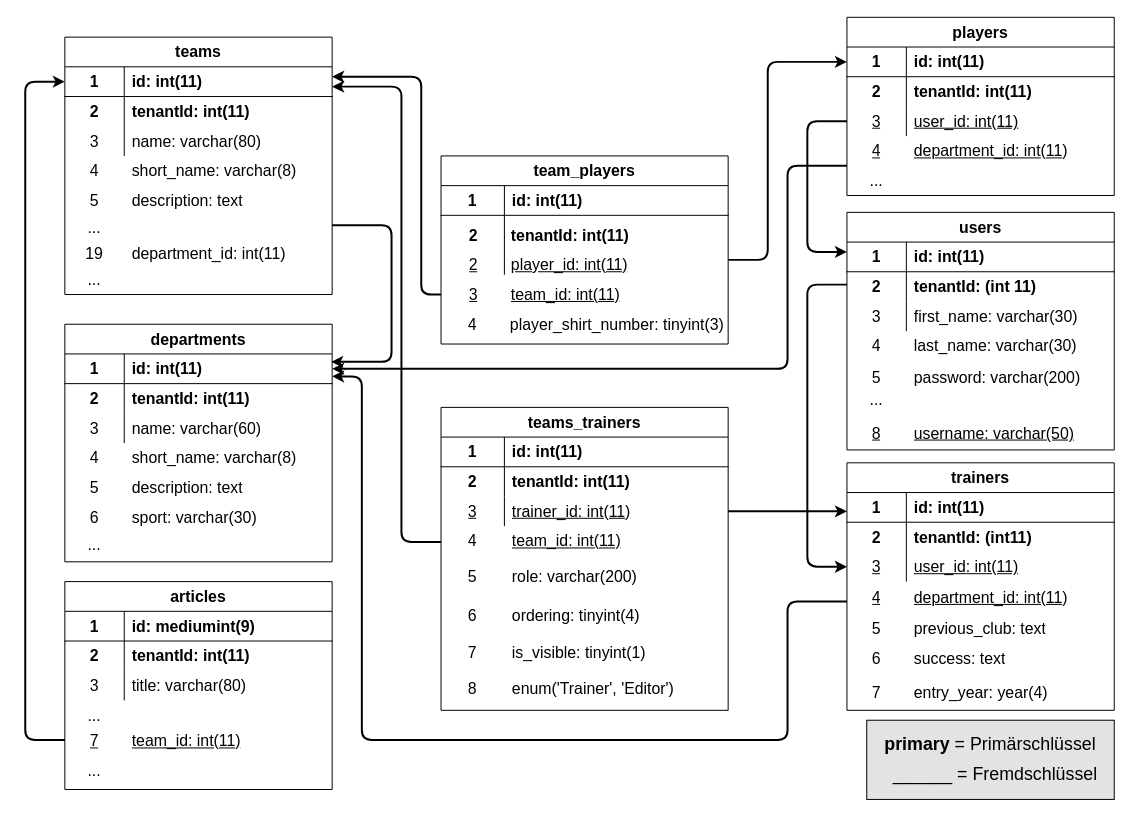
Earlier version of the draw.io diagram page "DB-Modell_Multi-Tenant" (5 of 6) of diagrams/Ba-Thesis Diagrams.drawio (mkoenig96/mk-bachelor-thesis). Source tidied: cells renumbered, new cells numbered last; positions are measured from the earlier drawing's top-left corner, leaving out a move shared by most shapes. Both pictures are drawn from the tidied source at 99%, with x=0, y=0 at pixel (25, 17).
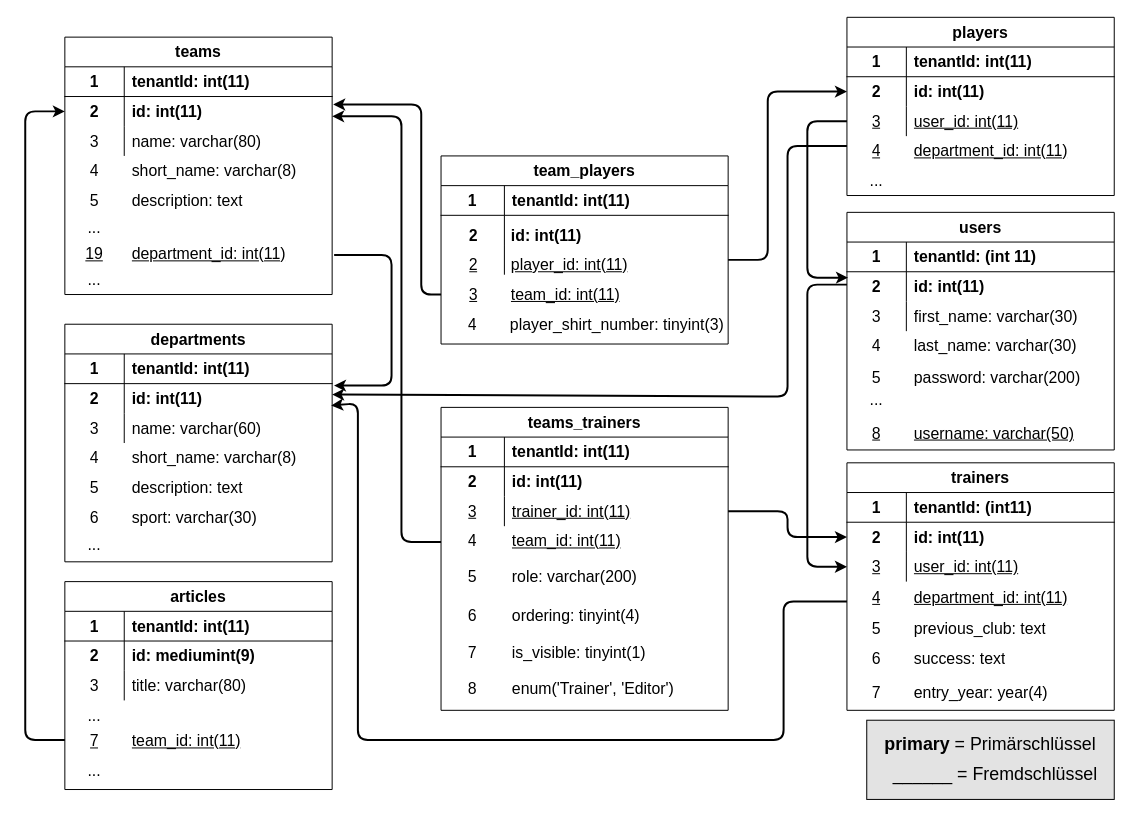
Above is the later version.

Unchanged cells that the change refers to:
```xml
<mxCell id="5" style="shape=partialRectangle;html=1;whiteSpace=wrap;fillColor=none;top=0;left=0;bottom=1;right=0;" parent="4" vertex="1">
  <mxGeometry y="30" width="290" height="30" as="geometry" />
</mxCell>
<mxCell id="8" style="shape=partialRectangle;html=1;whiteSpace=wrap;fillColor=none;top=0;left=0;bottom=0;right=0;" parent="4" vertex="1">
  <mxGeometry y="60" width="290" height="30" as="geometry" />
</mxCell>
<mxCell id="11" style="shape=partialRectangle;html=1;whiteSpace=wrap;fillColor=none;top=0;left=0;bottom=0;right=0;points=[[0,0.5],[1,0.5]];portConstraint=eastwest;" parent="4" vertex="1">
  <mxGeometry y="90" width="290" height="30" as="geometry" />
</mxCell>
<mxCell id="26" style="shape=partialRectangle;html=1;whiteSpace=wrap;fillColor=none;top=0;left=0;bottom=1;right=0;" parent="25" vertex="1">
  <mxGeometry y="30" width="270" height="30" as="geometry" />
</mxCell>
<mxCell id="29" style="shape=partialRectangle;html=1;whiteSpace=wrap;fillColor=none;top=0;left=0;bottom=0;right=0;points=[[0,0.5],[1,0.5]];portConstraint=eastwest;" parent="25" vertex="1">
  <mxGeometry y="60" width="270" height="30" as="geometry" />
</mxCell>
<mxCell id="46" style="shape=partialRectangle;html=1;whiteSpace=wrap;fillColor=none;top=0;left=0;bottom=1;right=0;points=[[0,0.5],[1,0.5]];portConstraint=eastwest;" parent="45" vertex="1">
  <mxGeometry y="30" width="270" height="30" as="geometry" />
</mxCell>
<mxCell id="49" style="shape=partialRectangle;html=1;whiteSpace=wrap;fillColor=none;top=0;left=0;bottom=0;right=0;points=[[0,0.5],[1,0.5]];portConstraint=eastwest;" parent="45" vertex="1">
  <mxGeometry y="60" width="270" height="30" as="geometry" />
</mxCell>
<mxCell id="64" style="shape=partialRectangle;html=1;whiteSpace=wrap;fillColor=none;top=0;left=0;bottom=1;right=0;points=[[0,0.5],[1,0.5]];portConstraint=eastwest;" parent="63" vertex="1">
  <mxGeometry y="30" width="270" height="30" as="geometry" />
</mxCell>
<mxCell id="67" style="shape=partialRectangle;html=1;whiteSpace=wrap;fillColor=none;top=0;left=0;bottom=0;right=0;points=[[0,0.5],[1,0.5]];portConstraint=eastwest;" parent="63" vertex="1">
  <mxGeometry y="60" width="270" height="30" as="geometry" />
</mxCell>
<mxCell id="70" style="shape=partialRectangle;html=1;whiteSpace=wrap;fillColor=none;top=0;left=0;bottom=0;right=0;points=[[0,0.5],[1,0.5]];portConstraint=eastwest;" parent="63" vertex="1">
  <mxGeometry y="90" width="270" height="30" as="geometry" />
</mxCell>
<mxCell id="90" style="group;" parent="1" vertex="1">
  <mxGeometry x="420" y="140" width="293" height="200" as="geometry" />
</mxCell>
<mxCell id="92" style="shape=partialRectangle;html=1;whiteSpace=wrap;fillColor=none;top=0;left=0;bottom=1;right=0;" parent="91" vertex="1">
  <mxGeometry y="30" width="290" height="30" as="geometry" />
</mxCell>
<mxCell id="98" style="shape=partialRectangle;html=1;whiteSpace=wrap;fillColor=none;top=0;left=0;bottom=0;right=0;points=[[0,0.5],[1,0.5]];portConstraint=eastwest;" parent="91" vertex="1">
  <mxGeometry y="90" width="290" height="30" as="geometry" />
</mxCell>
<mxCell id="110" style="shape=partialRectangle;html=1;whiteSpace=wrap;fillColor=none;top=0;left=0;bottom=1;right=0;points=[[0,0.5],[1,0.5]];portConstraint=eastwest;" parent="109" vertex="1">
  <mxGeometry y="30" width="270" height="30" as="geometry" />
</mxCell>
<mxCell id="113" style="shape=partialRectangle;html=1;whiteSpace=wrap;fillColor=none;top=0;left=0;bottom=0;right=0;points=[[0,0.5],[1,0.5]];portConstraint=eastwest;" parent="109" vertex="1">
  <mxGeometry y="60" width="270" height="30" as="geometry" />
</mxCell>
<mxCell id="129" style="shape=partialRectangle;html=1;whiteSpace=wrap;fillColor=none;top=0;left=0;bottom=1;right=0;points=[[0,0.5],[1,0.5]];portConstraint=eastwest;" parent="128" vertex="1">
  <mxGeometry y="30" width="270" height="30" as="geometry" />
</mxCell>
<mxCell id="132" style="shape=partialRectangle;html=1;whiteSpace=wrap;fillColor=none;top=0;left=0;bottom=0;right=0;" parent="128" vertex="1">
  <mxGeometry y="60" width="270" height="30" as="geometry" />
</mxCell>
<mxCell id="146" style="shape=partialRectangle;html=1;whiteSpace=wrap;fillColor=none;top=0;left=0;bottom=1;right=0;" parent="145" vertex="1">
  <mxGeometry y="30" width="270" height="30" as="geometry" />
</mxCell>
<mxCell id="149" style="shape=partialRectangle;html=1;whiteSpace=wrap;fillColor=none;top=0;left=0;bottom=0;right=0;" parent="145" vertex="1">
  <mxGeometry y="60" width="270" height="30" as="geometry" />
</mxCell>
```

Diff of the diagram source:
```diff
@@
-    <mxCell id="7" value="&lt;b&gt;id: int(11)&lt;/b&gt;" style="shape=partialRectangle;html=1;whiteSpace=wrap;fillColor=none;top=0;left=0;bottom=0;right=0;align=left;spacingLeft=6;overflow=hidden;fontSize=16;" parent="5" vertex="1">
+    <mxCell id="7" value="&lt;b&gt;tenantId: int(11)&lt;/b&gt;" style="shape=partialRectangle;html=1;whiteSpace=wrap;fillColor=none;top=0;left=0;bottom=0;right=0;align=left;spacingLeft=6;overflow=hidden;fontSize=16;" parent="5" vertex="1">
       <mxGeometry x="64" width="226" height="30" as="geometry" />
     </mxCell>
@@
-    <mxCell id="10" value="&lt;b&gt;tenantId: int(11)&lt;/b&gt;" style="shape=partialRectangle;html=1;whiteSpace=wrap;fillColor=none;top=0;left=0;bottom=0;right=0;align=left;spacingLeft=6;overflow=hidden;fontSize=16;" parent="8" vertex="1">
+    <mxCell id="10" value="&lt;span style=&quot;font-weight: 700&quot;&gt;id: int(11)&lt;/span&gt;" style="shape=partialRectangle;html=1;whiteSpace=wrap;fillColor=none;top=0;left=0;bottom=0;right=0;align=left;spacingLeft=6;overflow=hidden;fontSize=16;" parent="8" vertex="1">
       <mxGeometry x="64" width="226" height="30" as="geometry" />
     </mxCell>
@@
-    <mxCell id="28" value="&lt;b&gt;id: int(11)&lt;/b&gt;" style="shape=partialRectangle;html=1;whiteSpace=wrap;fillColor=none;top=0;left=0;bottom=0;right=0;align=left;spacingLeft=6;overflow=hidden;fontSize=16;" parent="26" vertex="1">
+    <mxCell id="28" value="&lt;b&gt;tenantId: (int11)&lt;/b&gt;" style="shape=partialRectangle;html=1;whiteSpace=wrap;fillColor=none;top=0;left=0;bottom=0;right=0;align=left;spacingLeft=6;overflow=hidden;fontSize=16;" parent="26" vertex="1">
       <mxGeometry x="60" width="210" height="30" as="geometry" />
     </mxCell>
@@
-    <mxCell id="31" value="&lt;b&gt;tenantId: (int11)&lt;/b&gt;" style="shape=partialRectangle;html=1;whiteSpace=wrap;fillColor=none;top=0;left=0;bottom=0;right=0;align=left;spacingLeft=6;overflow=hidden;fontSize=16;" parent="29" vertex="1">
+    <mxCell id="31" value="&lt;span style=&quot;font-weight: 700&quot;&gt;id: int(11)&lt;/span&gt;" style="shape=partialRectangle;html=1;whiteSpace=wrap;fillColor=none;top=0;left=0;bottom=0;right=0;align=left;spacingLeft=6;overflow=hidden;fontSize=16;" parent="29" vertex="1">
       <mxGeometry x="60" width="210" height="30" as="geometry" />
     </mxCell>
@@
-    <mxCell id="48" value="&lt;b&gt;id: int(11)&lt;/b&gt;" style="shape=partialRectangle;html=1;whiteSpace=wrap;fillColor=none;top=0;left=0;bottom=0;right=0;align=left;spacingLeft=6;overflow=hidden;fontSize=16;" parent="46" vertex="1">
+    <mxCell id="48" value="&lt;b&gt;tenantId: (int 11)&lt;/b&gt;" style="shape=partialRectangle;html=1;whiteSpace=wrap;fillColor=none;top=0;left=0;bottom=0;right=0;align=left;spacingLeft=6;overflow=hidden;fontSize=16;" parent="46" vertex="1">
       <mxGeometry x="60" width="210" height="30" as="geometry" />
     </mxCell>
@@
-    <mxCell id="51" value="&lt;b&gt;tenantId: (int 11)&lt;/b&gt;" style="shape=partialRectangle;html=1;whiteSpace=wrap;fillColor=none;top=0;left=0;bottom=0;right=0;align=left;spacingLeft=6;overflow=hidden;fontSize=16;" parent="49" vertex="1">
+    <mxCell id="51" value="&lt;span style=&quot;font-weight: 700&quot;&gt;id: int(11)&lt;/span&gt;" style="shape=partialRectangle;html=1;whiteSpace=wrap;fillColor=none;top=0;left=0;bottom=0;right=0;align=left;spacingLeft=6;overflow=hidden;fontSize=16;" parent="49" vertex="1">
       <mxGeometry x="60" width="210" height="30" as="geometry" />
     </mxCell>
@@
-    <mxCell id="66" value="&lt;b&gt;id: int(11)&lt;/b&gt;" style="shape=partialRectangle;html=1;whiteSpace=wrap;fillColor=none;top=0;left=0;bottom=0;right=0;align=left;spacingLeft=6;overflow=hidden;fontSize=16;" parent="64" vertex="1">
+    <mxCell id="66" value="&lt;span style=&quot;font-weight: 700&quot;&gt;tenantId: int(11)&lt;/span&gt;" style="shape=partialRectangle;html=1;whiteSpace=wrap;fillColor=none;top=0;left=0;bottom=0;right=0;align=left;spacingLeft=6;overflow=hidden;fontSize=16;" parent="64" vertex="1">
       <mxGeometry x="60" width="210" height="30" as="geometry" />
     </mxCell>
@@
-    <mxCell id="69" value="tenantId: int(11)" style="shape=partialRectangle;html=1;whiteSpace=wrap;fillColor=none;top=0;left=0;bottom=0;right=0;align=left;spacingLeft=6;overflow=hidden;fontSize=16;fontStyle=1;" parent="67" vertex="1">
+    <mxCell id="69" value="id: int(11)" style="shape=partialRectangle;html=1;whiteSpace=wrap;fillColor=none;top=0;left=0;bottom=0;right=0;align=left;spacingLeft=6;overflow=hidden;fontSize=16;fontStyle=1;" parent="67" vertex="1">
       <mxGeometry x="60" width="210" height="30" as="geometry" />
     </mxCell>
@@
-    <mxCell id="76" style="endArrow=classic;html=1;strokeWidth=2;fontSize=16;" parent="1" edge="1">
+    <mxCell id="76" style="endArrow=classic;html=1;strokeWidth=2;fontSize=16;entryX=1.007;entryY=1.067;entryDx=0;entryDy=0;entryPerimeter=0;" parent="1" edge="1" target="129">
       <mxGeometry relative="1" as="geometry">
-        <mxPoint x="310" y="210" as="sourcePoint" />
-        <mxPoint x="309" y="348" as="targetPoint" />
+        <mxPoint x="312" y="240" as="sourcePoint" />
         <Array as="points">
-          <mxPoint x="370" y="210" />
-          <mxPoint x="370" y="348" />
+          <mxPoint x="370" y="240" />
+          <mxPoint x="370" y="372" />
         </Array>
       </mxGeometry>
     </mxCell>
-    <mxCell id="77" style="endArrow=classic;html=1;strokeWidth=2;fontSize=16;entryX=0;entryY=0.5;entryDx=0;entryDy=0;" parent="1" edge="1" target="110">
+    <mxCell id="77" style="endArrow=classic;html=1;strokeWidth=2;fontSize=16;entryX=0;entryY=0.5;entryDx=0;entryDy=0;" parent="1" edge="1" target="113">
       <mxGeometry relative="1" as="geometry">
         <mxPoint x="40" y="730" as="sourcePoint" />
         <Array as="points">
           <mxPoint y="730" />
-          <mxPoint y="65" />
+          <mxPoint y="95" />
         </Array>
       </mxGeometry>
     </mxCell>
-    <mxCell id="78" style="endArrow=none;html=1;strokeWidth=2;fontSize=16;startArrow=classic;startFill=1;endFill=0;" parent="1" edge="1">
+    <mxCell id="78" style="endArrow=none;html=1;strokeWidth=2;fontSize=16;startArrow=classic;startFill=1;endFill=0;exitX=1.004;exitY=0.267;exitDx=0;exitDy=0;exitPerimeter=0;" parent="1" edge="1" source="113">
       <mxGeometry relative="1" as="geometry">
-        <mxPoint x="310" y="60" as="sourcePoint" />
         <mxPoint x="420" y="280" as="targetPoint" />
         <Array as="points">
-          <mxPoint x="400" y="60" />
+          <mxPoint x="400" y="88" />
           <mxPoint x="400" y="205" />
           <mxPoint x="400" y="280" />
         </Array>
       </mxGeometry>
     </mxCell>
-    <mxCell id="79" style="endArrow=none;html=1;strokeWidth=2;fontSize=16;entryX=1;entryY=0.5;entryDx=0;entryDy=0;startArrow=classic;startFill=1;endFill=0;exitX=0;exitY=0.5;exitDx=0;exitDy=0;" parent="1" edge="1" source="64" target="98">
+    <mxCell id="79" style="endArrow=none;html=1;strokeWidth=2;fontSize=16;entryX=1;entryY=0.5;entryDx=0;entryDy=0;startArrow=classic;startFill=1;endFill=0;exitX=0;exitY=0.5;exitDx=0;exitDy=0;" parent="1" edge="1" source="67" target="98">
       <mxGeometry relative="1" as="geometry">
         <Array as="points">
-          <mxPoint x="750" y="45" />
+          <mxPoint x="750" y="75" />
           <mxPoint x="750" y="245" />
         </Array>
       </mxGeometry>
     </mxCell>
-    <mxCell id="80" style="endArrow=none;html=1;strokeWidth=2;fontSize=16;startArrow=classic;startFill=1;endFill=0;entryX=0;entryY=0.5;entryDx=0;entryDy=0;exitX=0;exitY=0.333;exitDx=0;exitDy=0;exitPerimeter=0;" parent="1" edge="1" source="46" target="70">
+    <mxCell id="80" style="endArrow=none;html=1;strokeWidth=2;fontSize=16;startArrow=classic;startFill=1;endFill=0;entryX=0;entryY=0.5;entryDx=0;entryDy=0;exitX=0.004;exitY=0.2;exitDx=0;exitDy=0;exitPerimeter=0;" parent="1" edge="1" source="49" target="70">
       <mxGeometry relative="1" as="geometry">
         <Array as="points">
-          <mxPoint x="790" y="237" />
+          <mxPoint x="790" y="263" />
           <mxPoint x="790" y="105" />
         </Array>
       </mxGeometry>
     </mxCell>
     <mxCell id="81" style="endArrow=classic;html=1;strokeWidth=2;fontSize=16;" parent="1" edge="1">
       <mxGeometry relative="1" as="geometry">
-        <mxPoint x="830" y="150" as="sourcePoint" />
-        <mxPoint x="310" y="355" as="targetPoint" />
+        <mxPoint x="830" y="130" as="sourcePoint" />
+        <mxPoint x="310" y="381" as="targetPoint" />
         <Array as="points">
-          <mxPoint x="770" y="150" />
-          <mxPoint x="770" y="355" />
+          <mxPoint x="770" y="130" />
+          <mxPoint x="770" y="383" />
         </Array>
       </mxGeometry>
     </mxCell>
     <mxCell id="82" style="endArrow=none;html=1;strokeWidth=2;fontSize=16;startArrow=classic;startFill=1;endFill=0;" parent="1" edge="1">
       <mxGeometry relative="1" as="geometry">
-        <mxPoint x="310" y="70" as="sourcePoint" />
+        <mxPoint x="310" y="100" as="sourcePoint" />
         <mxPoint x="420" y="530" as="targetPoint" />
         <Array as="points">
-          <mxPoint x="380" y="70" />
+          <mxPoint x="380" y="100" />
           <mxPoint x="380" y="215" />
           <mxPoint x="380" y="530" />
         </Array>
       </mxGeometry>
     </mxCell>
-    <mxCell id="83" style="endArrow=none;html=1;strokeWidth=2;fontSize=16;startArrow=classic;startFill=1;endFill=0;entryX=1;entryY=0.5;entryDx=0;entryDy=0;" parent="1" edge="1" target="11">
+    <mxCell id="83" style="endArrow=none;html=1;strokeWidth=2;fontSize=16;startArrow=classic;startFill=1;endFill=0;entryX=1;entryY=0.5;entryDx=0;entryDy=0;exitX=0;exitY=0.5;exitDx=0;exitDy=0;" parent="1" edge="1" source="29" target="11">
       <mxGeometry relative="1" as="geometry">
-        <mxPoint x="830" y="499" as="sourcePoint" />
         <Array as="points">
-          <mxPoint x="750" y="499" />
+          <mxPoint x="770" y="525" />
+          <mxPoint x="770" y="499" />
         </Array>
       </mxGeometry>
     </mxCell>
@@
-    <mxCell id="85" style="endArrow=classic;html=1;strokeWidth=2;fontSize=16;exitX=0;exitY=0.5;exitDx=0;exitDy=0;entryX=1;entryY=0.756;entryDx=0;entryDy=0;entryPerimeter=0;" parent="1" edge="1" target="129">
+    <mxCell id="85" style="endArrow=classic;html=1;strokeWidth=2;fontSize=16;entryX=1.011;entryY=0.733;entryDx=0;entryDy=0;entryPerimeter=0;" parent="1" edge="1">
       <mxGeometry relative="1" as="geometry">
         <mxPoint x="830" y="590" as="sourcePoint" />
+        <mxPoint x="309" y="392" as="targetPoint" />
         <Array as="points">
-          <mxPoint x="770" y="590" />
-          <mxPoint x="770" y="730" />
-          <mxPoint x="340" y="730" />
-          <mxPoint x="340" y="363" />
+          <mxPoint x="766" y="590" />
+          <mxPoint x="766" y="730" />
+          <mxPoint x="336" y="730" />
+          <mxPoint x="336" y="390" />
         </Array>
       </mxGeometry>
     </mxCell>
@@
-    <mxCell id="94" value="&lt;b&gt;id: int(11)&lt;/b&gt;" style="shape=partialRectangle;html=1;whiteSpace=wrap;fillColor=none;top=0;left=0;bottom=0;right=0;align=left;spacingLeft=6;overflow=hidden;fontSize=16;" parent="92" vertex="1">
+    <mxCell id="94" value="&lt;b&gt;tenantId: int(11)&lt;/b&gt;" style="shape=partialRectangle;html=1;whiteSpace=wrap;fillColor=none;top=0;left=0;bottom=0;right=0;align=left;spacingLeft=6;overflow=hidden;fontSize=16;" parent="92" vertex="1">
       <mxGeometry x="64" width="226" height="30" as="geometry" />
     </mxCell>
@@
-    <mxCell id="108" value="&lt;b&gt;tenantId: int(11)&lt;/b&gt;" style="shape=partialRectangle;html=1;whiteSpace=wrap;fillColor=none;top=0;left=0;bottom=0;right=0;align=left;spacingLeft=6;overflow=hidden;fontSize=16;" parent="90" vertex="1">
+    <mxCell id="108" value="&lt;b&gt;id: int(11)&lt;/b&gt;" style="shape=partialRectangle;html=1;whiteSpace=wrap;fillColor=none;top=0;left=0;bottom=0;right=0;align=left;spacingLeft=6;overflow=hidden;fontSize=16;" parent="90" vertex="1">
       <mxGeometry x="63" y="60" width="210" height="40" as="geometry" />
     </mxCell>
@@
-    <mxCell id="112" value="&lt;b&gt;id: int(11)&lt;/b&gt;" style="shape=partialRectangle;html=1;whiteSpace=wrap;fillColor=none;top=0;left=0;bottom=0;right=0;align=left;spacingLeft=6;overflow=hidden;fontSize=16;" parent="110" vertex="1">
+    <mxCell id="112" value="&lt;span style=&quot;font-weight: 700&quot;&gt;tenantId: int(11)&lt;/span&gt;" style="shape=partialRectangle;html=1;whiteSpace=wrap;fillColor=none;top=0;left=0;bottom=0;right=0;align=left;spacingLeft=6;overflow=hidden;fontSize=16;" parent="110" vertex="1">
       <mxGeometry x="60" width="210" height="30" as="geometry" />
     </mxCell>
@@
-    <mxCell id="115" value="tenantId: int(11)" style="shape=partialRectangle;html=1;whiteSpace=wrap;fillColor=none;top=0;left=0;bottom=0;right=0;align=left;spacingLeft=6;overflow=hidden;fontSize=16;fontStyle=1;" parent="113" vertex="1">
+    <mxCell id="115" value="id: int(11)" style="shape=partialRectangle;html=1;whiteSpace=wrap;fillColor=none;top=0;left=0;bottom=0;right=0;align=left;spacingLeft=6;overflow=hidden;fontSize=16;fontStyle=1;" parent="113" vertex="1">
       <mxGeometry x="60" width="210" height="30" as="geometry" />
     </mxCell>
@@
-    <mxCell id="123" value="&lt;font style=&quot;font-size: 16px&quot;&gt;19&lt;/font&gt;" style="shape=partialRectangle;html=1;whiteSpace=wrap;fillColor=none;top=0;left=0;bottom=0;right=0;overflow=hidden;" parent="1" vertex="1">
+    <mxCell id="123" value="&lt;font style=&quot;font-size: 16px&quot;&gt;&lt;u&gt;19&lt;/u&gt;&lt;/font&gt;" style="shape=partialRectangle;html=1;whiteSpace=wrap;fillColor=none;top=0;left=0;bottom=0;right=0;overflow=hidden;" parent="1" vertex="1">
       <mxGeometry x="40" y="224" width="60" height="30" as="geometry" />
     </mxCell>
-    <mxCell id="124" value="&lt;font style=&quot;font-size: 16px&quot;&gt;department_id: int(11)&lt;/font&gt;" style="shape=partialRectangle;html=1;whiteSpace=wrap;fillColor=none;top=0;left=0;bottom=0;right=0;align=left;spacingLeft=6;overflow=hidden;" parent="1" vertex="1">
+    <mxCell id="124" value="&lt;font style=&quot;font-size: 16px&quot;&gt;&lt;u&gt;department_id: int(11)&lt;/u&gt;&lt;/font&gt;" style="shape=partialRectangle;html=1;whiteSpace=wrap;fillColor=none;top=0;left=0;bottom=0;right=0;align=left;spacingLeft=6;overflow=hidden;" parent="1" vertex="1">
       <mxGeometry x="100" y="224" width="210" height="30" as="geometry" />
     </mxCell>
@@
-    <mxCell id="131" value="&lt;b&gt;id: int(11)&lt;/b&gt;" style="shape=partialRectangle;html=1;whiteSpace=wrap;fillColor=none;top=0;left=0;bottom=0;right=0;align=left;spacingLeft=6;overflow=hidden;fontSize=16;" parent="129" vertex="1">
+    <mxCell id="131" value="&lt;b&gt;tenantId: int(11)&lt;/b&gt;" style="shape=partialRectangle;html=1;whiteSpace=wrap;fillColor=none;top=0;left=0;bottom=0;right=0;align=left;spacingLeft=6;overflow=hidden;fontSize=16;" parent="129" vertex="1">
       <mxGeometry x="60" width="210" height="30" as="geometry" />
     </mxCell>
@@
-    <mxCell id="134" value="&lt;b&gt;tenantId: int(11)&lt;/b&gt;" style="shape=partialRectangle;html=1;whiteSpace=wrap;fillColor=none;top=0;left=0;bottom=0;right=0;align=left;spacingLeft=6;overflow=hidden;fontSize=16;" parent="132" vertex="1">
+    <mxCell id="134" value="&lt;span style=&quot;font-weight: 700&quot;&gt;id: int(11)&lt;/span&gt;" style="shape=partialRectangle;html=1;whiteSpace=wrap;fillColor=none;top=0;left=0;bottom=0;right=0;align=left;spacingLeft=6;overflow=hidden;fontSize=16;" parent="132" vertex="1">
       <mxGeometry x="60" width="210" height="30" as="geometry" />
     </mxCell>
@@
-    <mxCell id="148" value="&lt;b&gt;id: mediumint(9)&lt;/b&gt;" style="shape=partialRectangle;html=1;whiteSpace=wrap;fillColor=none;top=0;left=0;bottom=0;right=0;align=left;spacingLeft=6;overflow=hidden;fontSize=16;" parent="146" vertex="1">
+    <mxCell id="148" value="&lt;b&gt;tenantId: int(11)&lt;/b&gt;" style="shape=partialRectangle;html=1;whiteSpace=wrap;fillColor=none;top=0;left=0;bottom=0;right=0;align=left;spacingLeft=6;overflow=hidden;fontSize=16;" parent="146" vertex="1">
       <mxGeometry x="60" width="210" height="30" as="geometry" />
     </mxCell>
@@
-    <mxCell id="151" value="&lt;b&gt;tenantId: int(11)&lt;/b&gt;" style="shape=partialRectangle;html=1;whiteSpace=wrap;fillColor=none;top=0;left=0;bottom=0;right=0;align=left;spacingLeft=6;overflow=hidden;fontSize=16;" parent="149" vertex="1">
+    <mxCell id="151" value="&lt;b&gt;id: mediumint(9)&lt;/b&gt;" style="shape=partialRectangle;html=1;whiteSpace=wrap;fillColor=none;top=0;left=0;bottom=0;right=0;align=left;spacingLeft=6;overflow=hidden;fontSize=16;" parent="149" vertex="1">
       <mxGeometry x="60" width="210" height="30" as="geometry" />
     </mxCell>
```
